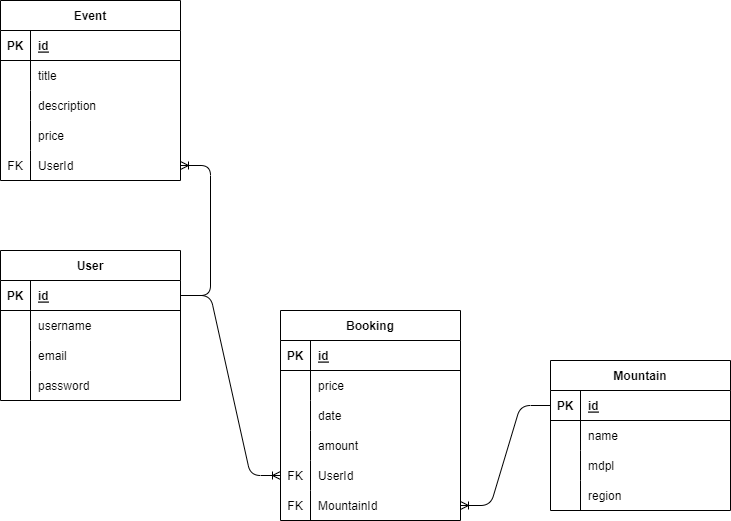
Before: schema.drawio.png, a diagram exported from draw.io (naufalsoerya/Dakiku-BookingApp). Source tidied: cells renumbered, new cells last; positions are measured from the earlier drawing's top-left corner, leaving out a move shared by most shapes. Its diagram source:
```xml
<mxGraphModel>
  <root>
    <mxCell id="0" />
    <mxCell id="1" parent="0" />
    <mxCell id="2" value="User" style="shape=table;startSize=30;rowLines=0;fontStyle=1;align=center;" parent="1" vertex="1">
      <mxGeometry y="250" width="180" height="150" as="geometry" />
    </mxCell>
    <mxCell id="3" style="shape=tableRow;horizontal=0;startSize=0;swimlaneHead=0;swimlaneBody=0;fillColor=none;points=[[0,0.5],[1,0.5]];portConstraint=eastwest;top=0;left=0;right=0;bottom=1;" parent="2" vertex="1">
      <mxGeometry y="30" width="180" height="30" as="geometry" />
    </mxCell>
    <mxCell id="4" value="PK" style="shape=partialRectangle;fillColor=none;top=0;left=0;bottom=0;right=0;fontStyle=1;overflow=hidden;" parent="3" vertex="1">
      <mxGeometry width="30" height="30" as="geometry" />
    </mxCell>
    <mxCell id="5" value="id" style="shape=partialRectangle;fillColor=none;top=0;left=0;bottom=0;right=0;align=left;spacingLeft=6;fontStyle=5;overflow=hidden;" parent="3" vertex="1">
      <mxGeometry x="30" width="150" height="30" as="geometry" />
    </mxCell>
    <mxCell id="6" style="shape=tableRow;horizontal=0;startSize=0;swimlaneHead=0;swimlaneBody=0;fillColor=none;top=0;left=0;right=0;bottom=0;" parent="2" vertex="1">
      <mxGeometry y="60" width="180" height="30" as="geometry" />
    </mxCell>
    <mxCell id="7" style="shape=partialRectangle;fillColor=none;top=0;left=0;bottom=0;right=0;overflow=hidden;" parent="6" vertex="1">
      <mxGeometry width="30" height="30" as="geometry" />
    </mxCell>
    <mxCell id="8" value="username" style="shape=partialRectangle;fillColor=none;top=0;left=0;bottom=0;right=0;align=left;spacingLeft=6;overflow=hidden;" parent="6" vertex="1">
      <mxGeometry x="30" width="150" height="30" as="geometry" />
    </mxCell>
    <mxCell id="9" style="shape=tableRow;horizontal=0;startSize=0;swimlaneHead=0;swimlaneBody=0;fillColor=none;top=0;left=0;right=0;bottom=0;" parent="2" vertex="1">
      <mxGeometry y="90" width="180" height="30" as="geometry" />
    </mxCell>
    <mxCell id="10" style="shape=partialRectangle;fillColor=none;top=0;left=0;bottom=0;right=0;overflow=hidden;" parent="9" vertex="1">
      <mxGeometry width="30" height="30" as="geometry" />
    </mxCell>
    <mxCell id="11" value="email" style="shape=partialRectangle;fillColor=none;top=0;left=0;bottom=0;right=0;align=left;spacingLeft=6;overflow=hidden;" parent="9" vertex="1">
      <mxGeometry x="30" width="150" height="30" as="geometry" />
    </mxCell>
    <mxCell id="12" style="shape=tableRow;horizontal=0;startSize=0;swimlaneHead=0;swimlaneBody=0;fillColor=none;top=0;left=0;right=0;bottom=0;" parent="2" vertex="1">
      <mxGeometry y="120" width="180" height="30" as="geometry" />
    </mxCell>
    <mxCell id="13" style="shape=partialRectangle;fillColor=none;top=0;left=0;bottom=0;right=0;overflow=hidden;" parent="12" vertex="1">
      <mxGeometry width="30" height="30" as="geometry" />
    </mxCell>
    <mxCell id="14" value="password" style="shape=partialRectangle;fillColor=none;top=0;left=0;bottom=0;right=0;align=left;spacingLeft=6;overflow=hidden;" parent="12" vertex="1">
      <mxGeometry x="30" width="150" height="30" as="geometry" />
    </mxCell>
    <mxCell id="15" value="Event" style="shape=table;startSize=30;rowLines=0;fontStyle=1;align=center;" parent="1" vertex="1">
      <mxGeometry width="180" height="180" as="geometry" />
    </mxCell>
    <mxCell id="16" style="shape=tableRow;horizontal=0;startSize=0;swimlaneHead=0;swimlaneBody=0;fillColor=none;top=0;left=0;right=0;bottom=1;" parent="15" vertex="1">
      <mxGeometry y="30" width="180" height="30" as="geometry" />
    </mxCell>
    <mxCell id="17" value="PK" style="shape=partialRectangle;fillColor=none;top=0;left=0;bottom=0;right=0;fontStyle=1;overflow=hidden;" parent="16" vertex="1">
      <mxGeometry width="30" height="30" as="geometry" />
    </mxCell>
    <mxCell id="18" value="id" style="shape=partialRectangle;fillColor=none;top=0;left=0;bottom=0;right=0;align=left;spacingLeft=6;fontStyle=5;overflow=hidden;" parent="16" vertex="1">
      <mxGeometry x="30" width="150" height="30" as="geometry" />
    </mxCell>
    <mxCell id="19" style="shape=tableRow;horizontal=0;startSize=0;swimlaneHead=0;swimlaneBody=0;fillColor=none;top=0;left=0;right=0;bottom=0;" parent="15" vertex="1">
      <mxGeometry y="60" width="180" height="30" as="geometry" />
    </mxCell>
    <mxCell id="20" style="shape=partialRectangle;fillColor=none;top=0;left=0;bottom=0;right=0;overflow=hidden;" parent="19" vertex="1">
      <mxGeometry width="30" height="30" as="geometry" />
    </mxCell>
    <mxCell id="21" value="title" style="shape=partialRectangle;fillColor=none;top=0;left=0;bottom=0;right=0;align=left;spacingLeft=6;overflow=hidden;" parent="19" vertex="1">
      <mxGeometry x="30" width="150" height="30" as="geometry" />
    </mxCell>
    <mxCell id="22" style="shape=tableRow;horizontal=0;startSize=0;swimlaneHead=0;swimlaneBody=0;fillColor=none;top=0;left=0;right=0;bottom=0;" parent="15" vertex="1">
      <mxGeometry y="90" width="180" height="30" as="geometry" />
    </mxCell>
    <mxCell id="23" style="shape=partialRectangle;fillColor=none;top=0;left=0;bottom=0;right=0;overflow=hidden;" parent="22" vertex="1">
      <mxGeometry width="30" height="30" as="geometry" />
    </mxCell>
    <mxCell id="24" value="description" style="shape=partialRectangle;fillColor=none;top=0;left=0;bottom=0;right=0;align=left;spacingLeft=6;overflow=hidden;" parent="22" vertex="1">
      <mxGeometry x="30" width="150" height="30" as="geometry" />
    </mxCell>
    <mxCell id="25" style="shape=tableRow;horizontal=0;startSize=0;swimlaneHead=0;swimlaneBody=0;fillColor=none;top=0;left=0;right=0;bottom=0;" parent="15" vertex="1">
      <mxGeometry y="120" width="180" height="30" as="geometry" />
    </mxCell>
    <mxCell id="26" style="shape=partialRectangle;fillColor=none;top=0;left=0;bottom=0;right=0;overflow=hidden;" parent="25" vertex="1">
      <mxGeometry width="30" height="30" as="geometry" />
    </mxCell>
    <mxCell id="27" value="price" style="shape=partialRectangle;fillColor=none;top=0;left=0;bottom=0;right=0;align=left;spacingLeft=6;overflow=hidden;" parent="25" vertex="1">
      <mxGeometry x="30" width="150" height="30" as="geometry" />
    </mxCell>
    <mxCell id="28" style="shape=tableRow;horizontal=0;startSize=0;swimlaneHead=0;swimlaneBody=0;fillColor=none;points=[[0,0.5],[1,0.5]];portConstraint=eastwest;top=0;left=0;right=0;bottom=0;" parent="15" vertex="1">
      <mxGeometry y="150" width="180" height="30" as="geometry" />
    </mxCell>
    <mxCell id="29" value="FK" style="shape=partialRectangle;fillColor=none;top=0;left=0;bottom=0;right=0;overflow=hidden;" parent="28" vertex="1">
      <mxGeometry width="30" height="30" as="geometry" />
    </mxCell>
    <mxCell id="30" value="UserId" style="shape=partialRectangle;fillColor=none;top=0;left=0;bottom=0;right=0;align=left;spacingLeft=6;overflow=hidden;" parent="28" vertex="1">
      <mxGeometry x="30" width="150" height="30" as="geometry" />
    </mxCell>
    <mxCell id="31" value="Booking" style="shape=table;startSize=30;rowLines=0;fontStyle=1;align=center;" parent="1" vertex="1">
      <mxGeometry x="280" y="310" width="180" height="210" as="geometry" />
    </mxCell>
    <mxCell id="32" style="shape=tableRow;horizontal=0;startSize=0;swimlaneHead=0;swimlaneBody=0;fillColor=none;top=0;left=0;right=0;bottom=1;" parent="31" vertex="1">
      <mxGeometry y="30" width="180" height="30" as="geometry" />
    </mxCell>
    <mxCell id="33" value="PK" style="shape=partialRectangle;fillColor=none;top=0;left=0;bottom=0;right=0;fontStyle=1;overflow=hidden;" parent="32" vertex="1">
      <mxGeometry width="30" height="30" as="geometry" />
    </mxCell>
    <mxCell id="34" value="id" style="shape=partialRectangle;fillColor=none;top=0;left=0;bottom=0;right=0;align=left;spacingLeft=6;fontStyle=5;overflow=hidden;" parent="32" vertex="1">
      <mxGeometry x="30" width="150" height="30" as="geometry" />
    </mxCell>
    <mxCell id="35" style="shape=tableRow;horizontal=0;startSize=0;swimlaneHead=0;swimlaneBody=0;fillColor=none;top=0;left=0;right=0;bottom=0;" parent="31" vertex="1">
      <mxGeometry y="60" width="180" height="30" as="geometry" />
    </mxCell>
    <mxCell id="36" style="shape=partialRectangle;fillColor=none;top=0;left=0;bottom=0;right=0;overflow=hidden;" parent="35" vertex="1">
      <mxGeometry width="30" height="30" as="geometry" />
    </mxCell>
    <mxCell id="37" value="price" style="shape=partialRectangle;fillColor=none;top=0;left=0;bottom=0;right=0;align=left;spacingLeft=6;overflow=hidden;" parent="35" vertex="1">
      <mxGeometry x="30" width="150" height="30" as="geometry" />
    </mxCell>
    <mxCell id="38" style="shape=tableRow;horizontal=0;startSize=0;swimlaneHead=0;swimlaneBody=0;fillColor=none;top=0;left=0;right=0;bottom=0;" parent="31" vertex="1">
      <mxGeometry y="90" width="180" height="30" as="geometry" />
    </mxCell>
    <mxCell id="39" style="shape=partialRectangle;fillColor=none;top=0;left=0;bottom=0;right=0;overflow=hidden;" parent="38" vertex="1">
      <mxGeometry width="30" height="30" as="geometry" />
    </mxCell>
    <mxCell id="40" value="date" style="shape=partialRectangle;fillColor=none;top=0;left=0;bottom=0;right=0;align=left;spacingLeft=6;overflow=hidden;" parent="38" vertex="1">
      <mxGeometry x="30" width="150" height="30" as="geometry" />
    </mxCell>
    <mxCell id="41" style="shape=tableRow;horizontal=0;startSize=0;swimlaneHead=0;swimlaneBody=0;fillColor=none;top=0;left=0;right=0;bottom=0;" parent="31" vertex="1">
      <mxGeometry y="120" width="180" height="30" as="geometry" />
    </mxCell>
    <mxCell id="42" style="shape=partialRectangle;fillColor=none;top=0;left=0;bottom=0;right=0;overflow=hidden;" parent="41" vertex="1">
      <mxGeometry width="30" height="30" as="geometry" />
    </mxCell>
    <mxCell id="43" value="amount" style="shape=partialRectangle;fillColor=none;top=0;left=0;bottom=0;right=0;align=left;spacingLeft=6;overflow=hidden;" parent="41" vertex="1">
      <mxGeometry x="30" width="150" height="30" as="geometry" />
    </mxCell>
    <mxCell id="44" style="shape=tableRow;horizontal=0;startSize=0;swimlaneHead=0;swimlaneBody=0;fillColor=none;points=[[0,0.5],[1,0.5]];portConstraint=eastwest;top=0;left=0;right=0;bottom=0;" parent="31" vertex="1">
      <mxGeometry y="150" width="180" height="30" as="geometry" />
    </mxCell>
    <mxCell id="45" value="FK" style="shape=partialRectangle;fillColor=none;top=0;left=0;bottom=0;right=0;overflow=hidden;" parent="44" vertex="1">
      <mxGeometry width="30" height="30" as="geometry" />
    </mxCell>
    <mxCell id="46" value="UserId" style="shape=partialRectangle;fillColor=none;top=0;left=0;bottom=0;right=0;align=left;spacingLeft=6;overflow=hidden;" parent="44" vertex="1">
      <mxGeometry x="30" width="150" height="30" as="geometry" />
    </mxCell>
    <mxCell id="47" style="shape=tableRow;horizontal=0;startSize=0;swimlaneHead=0;swimlaneBody=0;fillColor=none;points=[[0,0.5],[1,0.5]];portConstraint=eastwest;top=0;left=0;right=0;bottom=0;" parent="31" vertex="1">
      <mxGeometry y="180" width="180" height="30" as="geometry" />
    </mxCell>
    <mxCell id="48" value="FK" style="shape=partialRectangle;fillColor=none;top=0;left=0;bottom=0;right=0;overflow=hidden;" parent="47" vertex="1">
      <mxGeometry width="30" height="30" as="geometry" />
    </mxCell>
    <mxCell id="49" value="MountainId" style="shape=partialRectangle;fillColor=none;top=0;left=0;bottom=0;right=0;align=left;spacingLeft=6;overflow=hidden;" parent="47" vertex="1">
      <mxGeometry x="30" width="150" height="30" as="geometry" />
    </mxCell>
    <mxCell id="50" value="Mountain" style="shape=table;startSize=30;rowLines=0;fontStyle=1;align=center;" parent="1" vertex="1">
      <mxGeometry x="550" y="360" width="180" height="150" as="geometry" />
    </mxCell>
    <mxCell id="51" style="shape=tableRow;horizontal=0;startSize=0;swimlaneHead=0;swimlaneBody=0;fillColor=none;points=[[0,0.5],[1,0.5]];portConstraint=eastwest;top=0;left=0;right=0;bottom=1;" parent="50" vertex="1">
      <mxGeometry y="30" width="180" height="30" as="geometry" />
    </mxCell>
    <mxCell id="52" value="PK" style="shape=partialRectangle;fillColor=none;top=0;left=0;bottom=0;right=0;fontStyle=1;overflow=hidden;" parent="51" vertex="1">
      <mxGeometry width="30" height="30" as="geometry" />
    </mxCell>
    <mxCell id="53" value="id" style="shape=partialRectangle;fillColor=none;top=0;left=0;bottom=0;right=0;align=left;spacingLeft=6;fontStyle=5;overflow=hidden;" parent="51" vertex="1">
      <mxGeometry x="30" width="150" height="30" as="geometry" />
    </mxCell>
    <mxCell id="54" style="shape=tableRow;horizontal=0;startSize=0;swimlaneHead=0;swimlaneBody=0;fillColor=none;top=0;left=0;right=0;bottom=0;" parent="50" vertex="1">
      <mxGeometry y="60" width="180" height="30" as="geometry" />
    </mxCell>
    <mxCell id="55" style="shape=partialRectangle;fillColor=none;top=0;left=0;bottom=0;right=0;overflow=hidden;" parent="54" vertex="1">
      <mxGeometry width="30" height="30" as="geometry" />
    </mxCell>
    <mxCell id="56" value="name" style="shape=partialRectangle;fillColor=none;top=0;left=0;bottom=0;right=0;align=left;spacingLeft=6;overflow=hidden;" parent="54" vertex="1">
      <mxGeometry x="30" width="150" height="30" as="geometry" />
    </mxCell>
    <mxCell id="57" style="shape=tableRow;horizontal=0;startSize=0;swimlaneHead=0;swimlaneBody=0;fillColor=none;top=0;left=0;right=0;bottom=0;" parent="50" vertex="1">
      <mxGeometry y="90" width="180" height="30" as="geometry" />
    </mxCell>
    <mxCell id="58" style="shape=partialRectangle;fillColor=none;top=0;left=0;bottom=0;right=0;overflow=hidden;" parent="57" vertex="1">
      <mxGeometry width="30" height="30" as="geometry" />
    </mxCell>
    <mxCell id="59" value="mdpl" style="shape=partialRectangle;fillColor=none;top=0;left=0;bottom=0;right=0;align=left;spacingLeft=6;overflow=hidden;" parent="57" vertex="1">
      <mxGeometry x="30" width="150" height="30" as="geometry" />
    </mxCell>
    <mxCell id="60" style="shape=tableRow;horizontal=0;startSize=0;swimlaneHead=0;swimlaneBody=0;fillColor=none;top=0;left=0;right=0;bottom=0;" parent="50" vertex="1">
      <mxGeometry y="120" width="180" height="30" as="geometry" />
    </mxCell>
    <mxCell id="61" style="shape=partialRectangle;fillColor=none;top=0;left=0;bottom=0;right=0;overflow=hidden;" parent="60" vertex="1">
      <mxGeometry width="30" height="30" as="geometry" />
    </mxCell>
    <mxCell id="62" value="region" style="shape=partialRectangle;fillColor=none;top=0;left=0;bottom=0;right=0;align=left;spacingLeft=6;overflow=hidden;" parent="60" vertex="1">
      <mxGeometry x="30" width="150" height="30" as="geometry" />
    </mxCell>
    <mxCell id="63" style="edgeStyle=entityRelationEdgeStyle;fontSize=12;html=1;endArrow=ERoneToMany;exitX=1;exitY=0.5;exitDx=0;exitDy=0;entryX=1;entryY=0.5;entryDx=0;entryDy=0;" parent="1" edge="1" source="3" target="28">
      <mxGeometry relative="1" as="geometry" />
    </mxCell>
    <mxCell id="64" style="edgeStyle=entityRelationEdgeStyle;fontSize=12;html=1;endArrow=ERoneToMany;exitX=1;exitY=0.5;exitDx=0;exitDy=0;entryX=0;entryY=0.5;entryDx=0;entryDy=0;" parent="1" edge="1" source="3" target="44">
      <mxGeometry relative="1" as="geometry" />
    </mxCell>
    <mxCell id="65" style="edgeStyle=entityRelationEdgeStyle;fontSize=12;html=1;endArrow=ERoneToMany;entryX=1;entryY=0.5;entryDx=0;entryDy=0;exitX=0;exitY=0.5;exitDx=0;exitDy=0;" parent="1" edge="1" source="51" target="47">
      <mxGeometry relative="1" as="geometry" />
    </mxCell>
  </root>
</mxGraphModel>
```
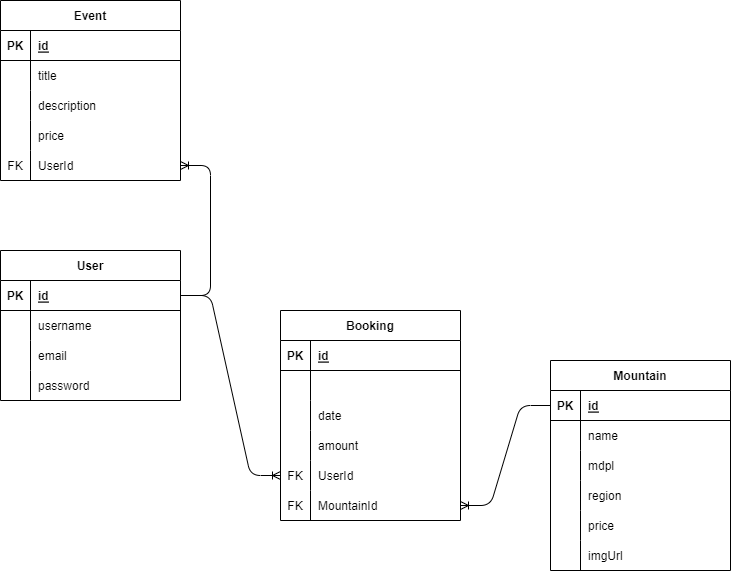
After the change.

Change to the diagram source:
```diff
@@ -107,7 +107,7 @@
     <mxCell id="36" style="shape=partialRectangle;fillColor=none;top=0;left=0;bottom=0;right=0;overflow=hidden;" parent="35" vertex="1">
       <mxGeometry width="30" height="30" as="geometry" />
     </mxCell>
-    <mxCell id="37" value="price" style="shape=partialRectangle;fillColor=none;top=0;left=0;bottom=0;right=0;align=left;spacingLeft=6;overflow=hidden;" parent="35" vertex="1">
+    <mxCell id="37" style="shape=partialRectangle;fillColor=none;top=0;left=0;bottom=0;right=0;align=left;spacingLeft=6;overflow=hidden;" parent="35" vertex="1">
       <mxGeometry x="30" width="150" height="30" as="geometry" />
     </mxCell>
     <mxCell id="38" style="shape=tableRow;horizontal=0;startSize=0;swimlaneHead=0;swimlaneBody=0;fillColor=none;top=0;left=0;right=0;bottom=0;" parent="31" vertex="1">
@@ -147,7 +147,7 @@
       <mxGeometry x="30" width="150" height="30" as="geometry" />
     </mxCell>
     <mxCell id="50" value="Mountain" style="shape=table;startSize=30;rowLines=0;fontStyle=1;align=center;" parent="1" vertex="1">
-      <mxGeometry x="550" y="360" width="180" height="150" as="geometry" />
+      <mxGeometry x="550" y="360" width="180" height="210" as="geometry" />
     </mxCell>
     <mxCell id="51" style="shape=tableRow;horizontal=0;startSize=0;swimlaneHead=0;swimlaneBody=0;fillColor=none;points=[[0,0.5],[1,0.5]];portConstraint=eastwest;top=0;left=0;right=0;bottom=1;" parent="50" vertex="1">
       <mxGeometry y="30" width="180" height="30" as="geometry" />
@@ -185,6 +185,24 @@
     <mxCell id="62" value="region" style="shape=partialRectangle;fillColor=none;top=0;left=0;bottom=0;right=0;align=left;spacingLeft=6;overflow=hidden;" parent="60" vertex="1">
       <mxGeometry x="30" width="150" height="30" as="geometry" />
     </mxCell>
+    <mxCell id="66" style="shape=tableRow;horizontal=0;startSize=0;swimlaneHead=0;swimlaneBody=0;fillColor=none;top=0;left=0;right=0;bottom=0;" parent="50" vertex="1">
+      <mxGeometry y="150" width="180" height="30" as="geometry" />
+    </mxCell>
+    <mxCell id="67" style="shape=partialRectangle;fillColor=none;top=0;left=0;bottom=0;right=0;overflow=hidden;" parent="66" vertex="1">
+      <mxGeometry width="30" height="30" as="geometry" />
+    </mxCell>
+    <mxCell id="68" value="price" style="shape=partialRectangle;fillColor=none;top=0;left=0;bottom=0;right=0;align=left;spacingLeft=6;overflow=hidden;" parent="66" vertex="1">
+      <mxGeometry x="30" width="150" height="30" as="geometry" />
+    </mxCell>
+    <mxCell id="69" style="shape=tableRow;horizontal=0;startSize=0;swimlaneHead=0;swimlaneBody=0;fillColor=none;top=0;left=0;right=0;bottom=0;" parent="50" vertex="1">
+      <mxGeometry y="180" width="180" height="30" as="geometry" />
+    </mxCell>
+    <mxCell id="70" style="shape=partialRectangle;fillColor=none;top=0;left=0;bottom=0;right=0;overflow=hidden;" parent="69" vertex="1">
+      <mxGeometry width="30" height="30" as="geometry" />
+    </mxCell>
+    <mxCell id="71" value="imgUrl" style="shape=partialRectangle;fillColor=none;top=0;left=0;bottom=0;right=0;align=left;spacingLeft=6;overflow=hidden;" parent="69" vertex="1">
+      <mxGeometry x="30" width="150" height="30" as="geometry" />
+    </mxCell>
     <mxCell id="63" style="edgeStyle=entityRelationEdgeStyle;fontSize=12;html=1;endArrow=ERoneToMany;exitX=1;exitY=0.5;exitDx=0;exitDy=0;entryX=1;entryY=0.5;entryDx=0;entryDy=0;" parent="1" edge="1" source="3" target="28">
       <mxGeometry relative="1" as="geometry" />
     </mxCell>
```
